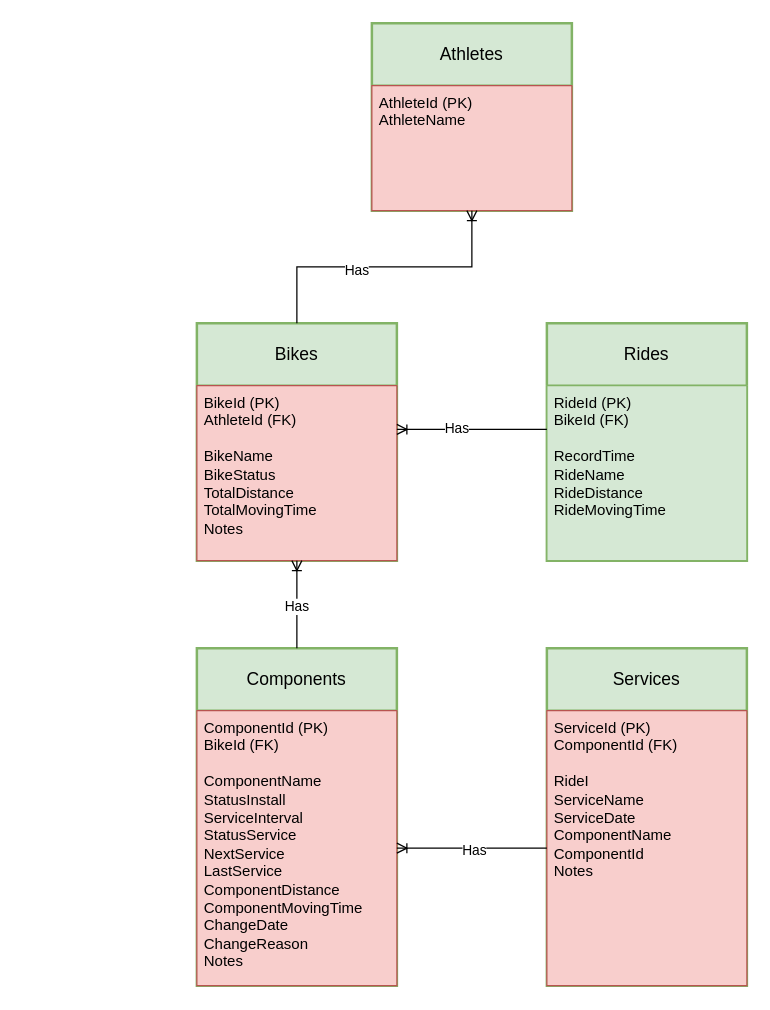
Earlier version of the draw.io diagram docs/erd_complete.drawio (xivind/velo-supervisor-2000). Source tidied: cells renumbered, new cells numbered last; positions are measured from the earlier drawing's top-left corner, leaving out a move shared by most shapes. Both pictures are drawn from the tidied source at 125%, with x=0, y=0 at pixel (196, 22).
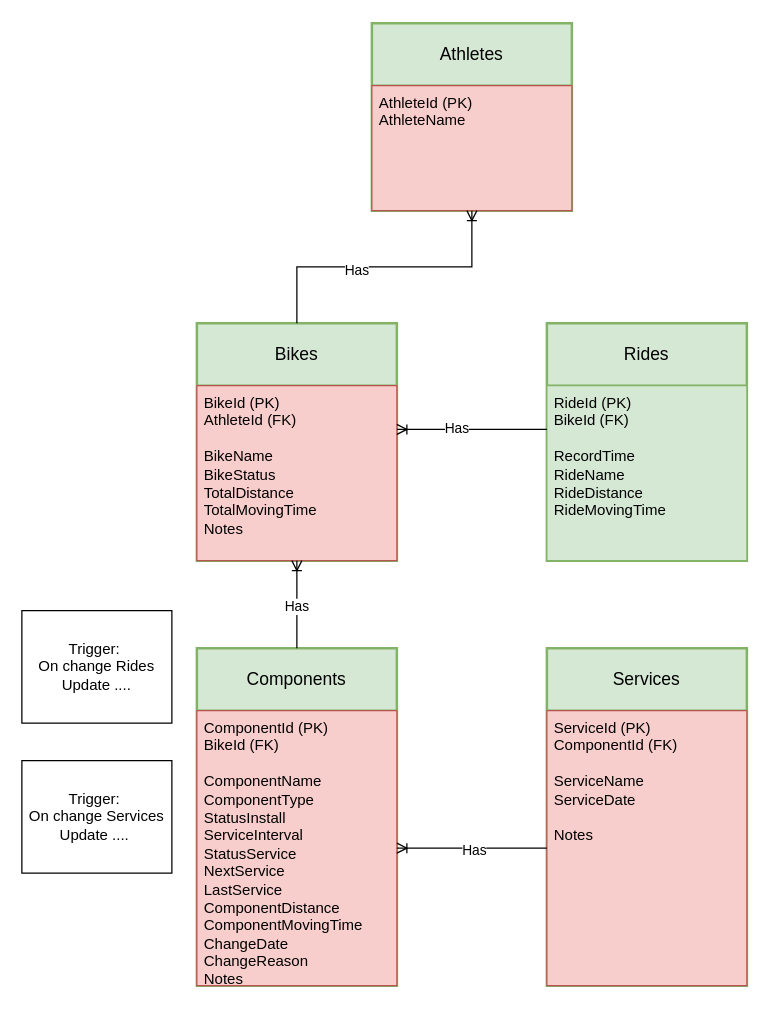
The same diagram, later.

Commit message:
Placeholder for triggers and bugfixes

The change refers to these unchanged cells:
```xml
<mxCell id="8" value="Components" style="swimlane;horizontal=1;startSize=50;rounded=1;fontSize=14;fontStyle=0;strokeWidth=2;shadow=0;dashed=0;align=center;arcSize=0;whiteSpace=wrap;html=1;fillColor=#d5e8d4;strokeColor=#82b366;" parent="1" vertex="1">
  <mxGeometry y="500" width="160" height="270" as="geometry" />
</mxCell>
<mxCell id="10" value="Services" style="swimlane;horizontal=1;startSize=50;rounded=1;fontSize=14;fontStyle=0;strokeWidth=2;shadow=0;dashed=0;align=center;arcSize=0;whiteSpace=wrap;html=1;fillColor=#d5e8d4;strokeColor=#82b366;" parent="1" vertex="1">
  <mxGeometry x="280" y="500" width="160" height="270" as="geometry" />
</mxCell>
```

Diff of the diagram source:
```diff
@@
-    <mxCell id="9" value="&lt;div&gt;ComponentId (PK)&lt;/div&gt;&lt;div&gt;BikeId (FK)&lt;/div&gt;&lt;div&gt;&lt;br&gt;&lt;/div&gt;ComponentName&lt;div&gt;StatusInstall&lt;/div&gt;&lt;div&gt;ServiceInterval&lt;/div&gt;&lt;div&gt;StatusService&lt;/div&gt;&lt;div&gt;NextService&lt;/div&gt;&lt;div&gt;LastService&lt;/div&gt;&lt;div&gt;&lt;span style=&quot;background-color: initial;&quot;&gt;ComponentDistance&lt;/span&gt;&lt;/div&gt;&lt;div&gt;&lt;span style=&quot;background-color: initial;&quot;&gt;ComponentMovingTime&lt;/span&gt;&lt;/div&gt;&lt;div&gt;Change&lt;span style=&quot;background-color: initial;&quot;&gt;Date&lt;/span&gt;&lt;/div&gt;&lt;div&gt;ChangeReason&lt;/div&gt;&lt;div&gt;Notes&lt;/div&gt;" style="align=left;strokeColor=#b85450;fillColor=#f8cecc;spacingLeft=4;fontSize=12;verticalAlign=top;html=1;" parent="8" vertex="1">
+    <mxCell id="9" value="&lt;div&gt;ComponentId (PK)&lt;/div&gt;&lt;div&gt;BikeId (FK)&lt;/div&gt;&lt;div&gt;&lt;br&gt;&lt;/div&gt;ComponentName&lt;div&gt;ComponentType&lt;/div&gt;&lt;div&gt;StatusInstall&lt;/div&gt;&lt;div&gt;ServiceInterval&lt;/div&gt;&lt;div&gt;StatusService&lt;/div&gt;&lt;div&gt;NextService&lt;/div&gt;&lt;div&gt;LastService&lt;/div&gt;&lt;div&gt;&lt;span style=&quot;background-color: initial;&quot;&gt;ComponentDistance&lt;/span&gt;&lt;/div&gt;&lt;div&gt;&lt;span style=&quot;background-color: initial;&quot;&gt;ComponentMovingTime&lt;/span&gt;&lt;/div&gt;&lt;div&gt;Change&lt;span style=&quot;background-color: initial;&quot;&gt;Date&lt;/span&gt;&lt;/div&gt;&lt;div&gt;ChangeReason&lt;/div&gt;&lt;div&gt;Notes&lt;/div&gt;" style="align=left;strokeColor=#b85450;fillColor=#f8cecc;spacingLeft=4;fontSize=12;verticalAlign=top;html=1;" parent="8" vertex="1">
       <mxGeometry y="50" width="160" height="220" as="geometry" />
     </mxCell>
@@
-    <mxCell id="11" value="&lt;div&gt;ServiceId (PK)&lt;/div&gt;&lt;div&gt;ComponentId (FK)&lt;/div&gt;&lt;div&gt;&lt;br&gt;&lt;/div&gt;&lt;div&gt;RideI&lt;/div&gt;&lt;div&gt;ServiceName&lt;/div&gt;ServiceDate&lt;div&gt;ComponentName&lt;/div&gt;&lt;div&gt;ComponentId&lt;/div&gt;&lt;div&gt;Notes&lt;/div&gt;" style="align=left;strokeColor=#b85450;fillColor=#f8cecc;spacingLeft=4;fontSize=12;verticalAlign=top;html=1;" parent="10" vertex="1">
+    <mxCell id="11" value="&lt;div&gt;ServiceId (PK)&lt;/div&gt;&lt;div&gt;ComponentId (FK)&lt;/div&gt;&lt;div&gt;&lt;br&gt;&lt;/div&gt;&lt;div&gt;ServiceName&lt;/div&gt;ServiceDate&lt;div&gt;&lt;br&gt;&lt;/div&gt;&lt;div&gt;Notes&lt;/div&gt;" style="align=left;strokeColor=#b85450;fillColor=#f8cecc;spacingLeft=4;fontSize=12;verticalAlign=top;html=1;" parent="10" vertex="1">
       <mxGeometry y="50" width="160" height="220" as="geometry" />
     </mxCell>
@@
+    <mxCell id="20" value="Trigger:&amp;nbsp;&lt;div&gt;On change Rides Update ....&lt;/div&gt;" style="whiteSpace=wrap;html=1;" parent="1" vertex="1">
+      <mxGeometry x="-140" y="470" width="120" height="90" as="geometry" />
+    </mxCell>
+    <mxCell id="21" value="Trigger:&amp;nbsp;&lt;div&gt;On change Services Update ....&amp;nbsp;&lt;/div&gt;" style="whiteSpace=wrap;html=1;" parent="1" vertex="1">
+      <mxGeometry x="-140" y="590" width="120" height="90" as="geometry" />
+    </mxCell>
```
